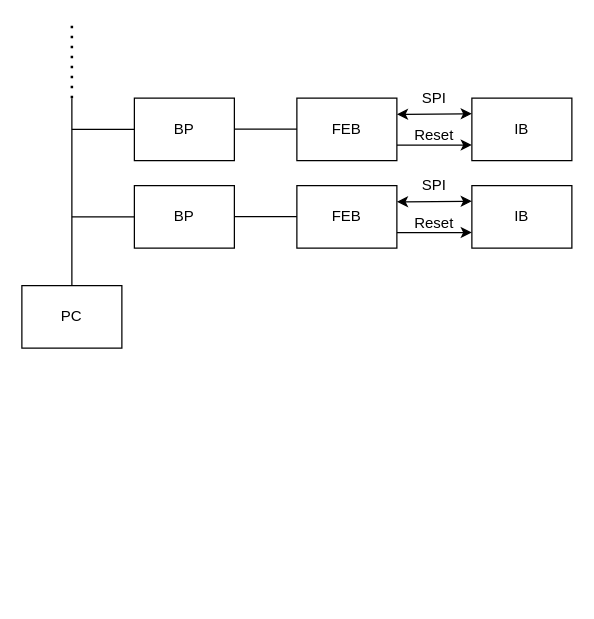
Earlier version of the draw.io diagram Images/Global_CTA.drawio (GautierDev31/MCF51AG128_Bootloader_SPI). Source tidied: cells renumbered, new cells numbered last; positions are measured from the earlier drawing's top-left corner, leaving out a move shared by most shapes. Both pictures are drawn from the tidied source at 125%, with x=0, y=0 at pixel (21, 22).
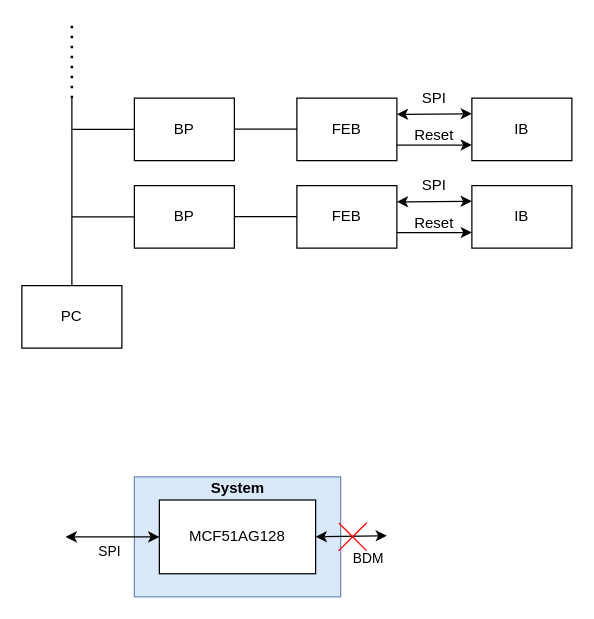
The same page after the edit.

Change to the diagram source:
```diff
@@
+    <mxCell id="23" style="rounded=0;whiteSpace=wrap;html=1;fillColor=#dae8fc;strokeColor=#6c8ebf;" parent="1" vertex="1">
+      <mxGeometry x="90" y="363" width="165" height="96" as="geometry" />
+    </mxCell>
+    <mxCell id="24" value="MCF51AG128" style="rounded=0;whiteSpace=wrap;html=1;" parent="1" vertex="1">
+      <mxGeometry x="110" y="381.5" width="125" height="59" as="geometry" />
+    </mxCell>
+    <mxCell id="25" style="endArrow=classic;startArrow=classic;html=1;entryX=0;entryY=0.5;entryDx=0;entryDy=0;" parent="1" edge="1" target="24">
+      <mxGeometry relative="1" as="geometry">
+        <mxPoint x="35" y="411" as="sourcePoint" />
+      </mxGeometry>
+    </mxCell>
+    <mxCell id="26" value="SPI" style="edgeLabel;html=1;align=center;verticalAlign=middle;" parent="25" vertex="1">
+      <mxGeometry x="-0.23" y="-2" relative="1" as="geometry">
+        <mxPoint x="5.4" y="9" as="offset" />
+      </mxGeometry>
+    </mxCell>
+    <mxCell id="27" value="&lt;b&gt;System&lt;/b&gt;" style="text;html=1;strokeColor=none;fillColor=none;align=center;verticalAlign=middle;whiteSpace=wrap;rounded=0;dashed=1;" parent="1" vertex="1">
+      <mxGeometry x="152.5" y="361.5" width="40" height="20" as="geometry" />
+    </mxCell>
+    <mxCell id="28" style="endArrow=classic;startArrow=classic;html=1;exitX=1;exitY=0.5;exitDx=0;exitDy=0;" parent="1" edge="1" source="24">
+      <mxGeometry relative="1" as="geometry">
+        <mxPoint x="292" y="410" as="targetPoint" />
+      </mxGeometry>
+    </mxCell>
+    <mxCell id="29" value="BDM" style="edgeLabel;html=1;align=center;verticalAlign=middle;" parent="28" vertex="1">
+      <mxGeometry x="0.19" y="2" relative="1" as="geometry">
+        <mxPoint x="7.3" y="18.6" as="offset" />
+      </mxGeometry>
+    </mxCell>
+    <mxCell id="30" style="shape=cross;whiteSpace=wrap;html=1;direction=south;rotation=45;fillColor=#f8cecc;size=0;strokeColor=#FF0000;" parent="1" vertex="1">
+      <mxGeometry x="249" y="395" width="31.2" height="31.9" as="geometry" />
+    </mxCell>
```
